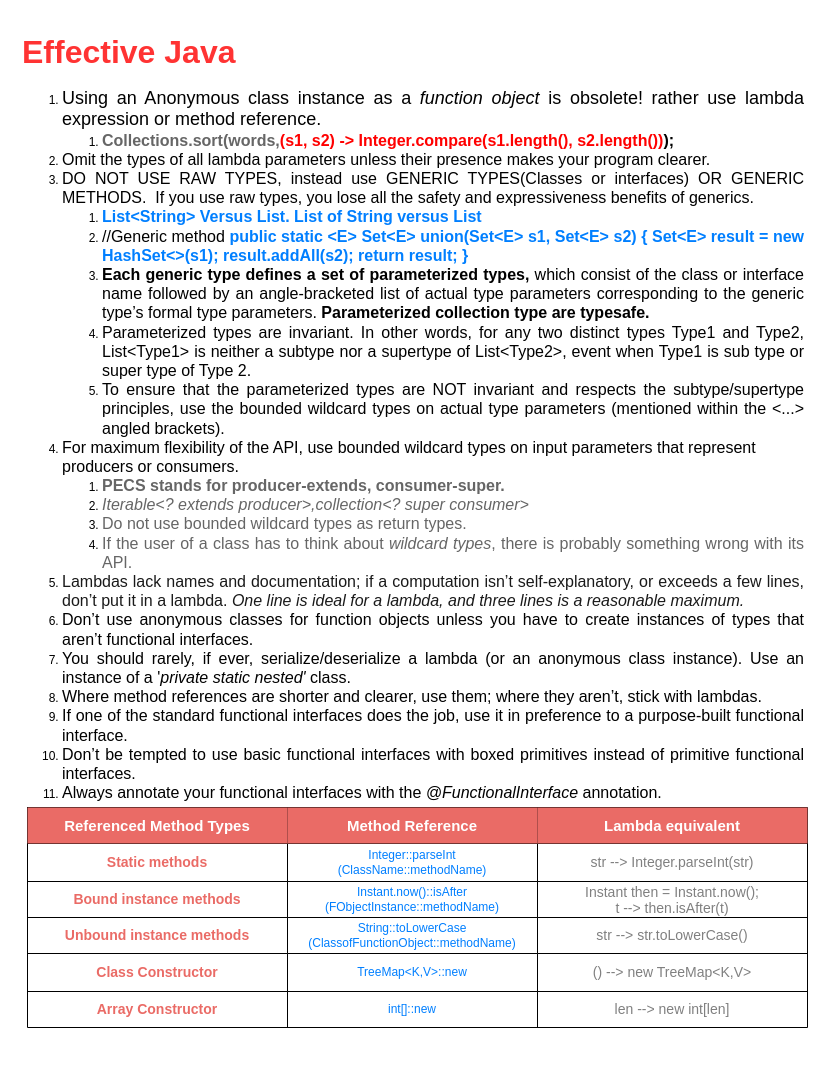
Above: page "Page-7" (6 of 6) of Java Collection Framework Data Structures.drawio in gaurjain/drawio (draw.io), before the change. Source tidied: cells renumbered, new cells numbered last; positions are measured from the earlier drawing's top-left corner, leaving out a move shared by most shapes. Both pictures are drawn from the tidied source at 100%, with x=0, y=0 at pixel (17, 27).
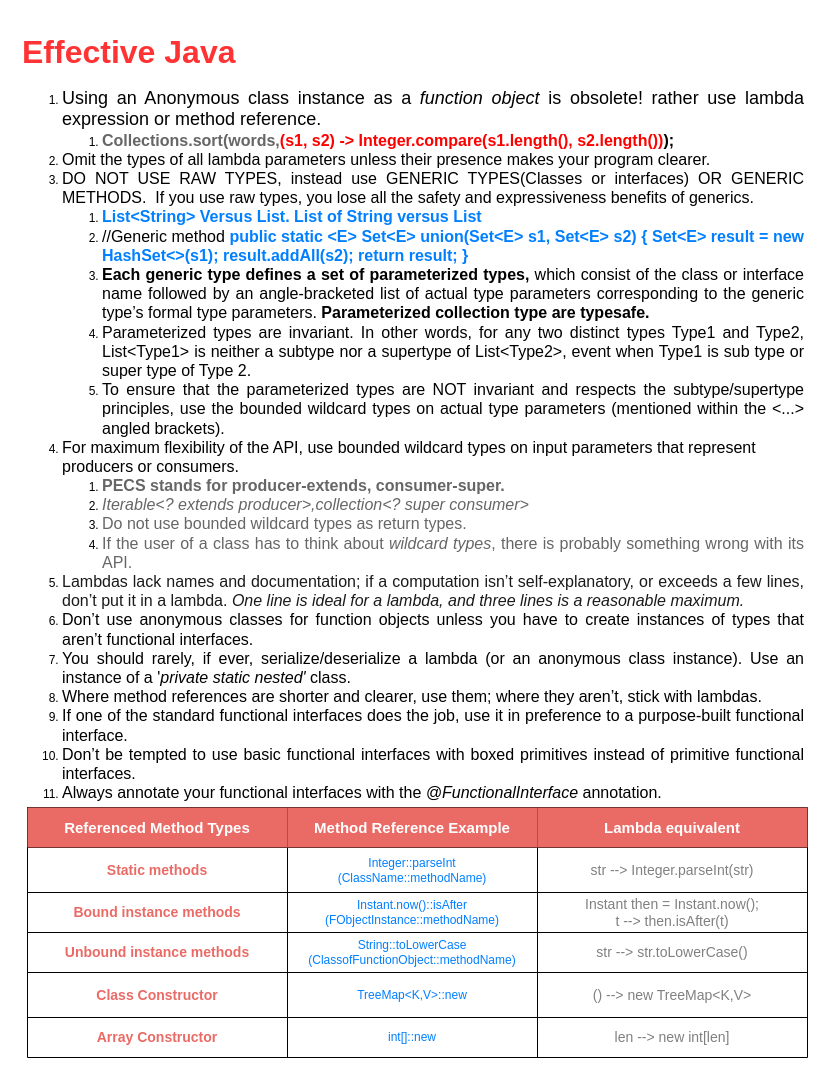
The same diagram, later.

The edit, as a diff of the source:
```diff
@@
     <mxCell id="2" value="&lt;h1 style=&quot;text-align: justify&quot;&gt;&lt;font color=&quot;#ff3333&quot; style=&quot;font-size: 32px&quot;&gt;Effective Java&lt;/font&gt;&lt;/h1&gt;&lt;p&gt;&lt;/p&gt;&lt;ol&gt;&lt;li style=&quot;text-align: justify&quot;&gt;&lt;font style=&quot;font-size: 18px&quot;&gt;Using an Anonymous class instance as a &lt;i&gt;function object&lt;/i&gt; is obsolete! rather use lambda expression or method reference.&lt;/font&gt;&lt;/li&gt;&lt;ol&gt;&lt;li style=&quot;text-align: justify&quot;&gt;&lt;font size=&quot;3&quot;&gt;&lt;b&gt;&lt;font color=&quot;#666666&quot;&gt;Collections.sort(words,&lt;/font&gt;&lt;font color=&quot;#ff0000&quot;&gt;(s1, s2) -&amp;gt; Integer.compare(s1.length(), s2.length())&lt;/font&gt;);&lt;/b&gt;&lt;/font&gt;&lt;/li&gt;&lt;/ol&gt;&lt;li style=&quot;text-align: justify&quot;&gt;&lt;font size=&quot;3&quot;&gt;Omit the types of all lambda parameters unless their presence makes your program clearer.&lt;br&gt;&lt;/font&gt;&lt;/li&gt;&lt;li style=&quot;text-align: justify&quot;&gt;&lt;font size=&quot;3&quot;&gt;&lt;font&gt;DO NOT USE RAW TYPES, instead use GENERIC TYPES(Classes or interfaces) OR GENERIC METHODS.&amp;nbsp;&lt;/font&gt;&amp;nbsp;If you use raw types, you lose all the &lt;span&gt;safety and expressiveness benefits of generics.&lt;/span&gt;&lt;/font&gt;&lt;/li&gt;&lt;ol&gt;&lt;li style=&quot;text-align: justify&quot;&gt;&lt;span&gt;&lt;font color=&quot;#007fff&quot; size=&quot;3&quot;&gt;&lt;b&gt;List&amp;lt;String&amp;gt; Versus List. List of String versus List&lt;/b&gt;&lt;/font&gt;&lt;/span&gt;&lt;/li&gt;&lt;li style=&quot;text-align: justify&quot;&gt;&lt;font size=&quot;3&quot;&gt;&lt;span&gt;&lt;font&gt;//Generic method&amp;nbsp;&lt;/font&gt;&lt;/span&gt;&lt;b&gt;&lt;font color=&quot;#007fff&quot;&gt;public static &amp;lt;E&amp;gt; Set&amp;lt;E&amp;gt; union(Set&amp;lt;E&amp;gt; s1, Set&amp;lt;E&amp;gt; s2) { Set&amp;lt;E&amp;gt; result = new HashSet&amp;lt;&amp;gt;(s1); result.addAll(s2); return result; }&lt;/font&gt;&lt;/b&gt;&lt;/font&gt;&lt;/li&gt;&lt;li style=&quot;text-align: justify&quot;&gt;&lt;font size=&quot;3&quot;&gt;&lt;b&gt;Each generic type defines a set of parameterized types,&lt;/b&gt;&lt;span&gt; which consist of the class or interface name followed by an angle-bracketed list of actual type parameters corresponding to the generic type’s formal type parameters.&amp;nbsp;&lt;/span&gt;&lt;b&gt;Parameterized collection type are typesafe.&lt;/b&gt;&lt;/font&gt;&lt;/li&gt;&lt;li style=&quot;text-align: justify&quot;&gt;&lt;font size=&quot;3&quot;&gt;Parameterized types are invariant. In other words, for any two distinct types Type1 and Type2, List&amp;lt;Type1&amp;gt; is neither a subtype nor a supertype of List&amp;lt;Type2&amp;gt;, event when Type1 is sub type or super type of Type 2.&amp;nbsp;&lt;/font&gt;&lt;/li&gt;&lt;li style=&quot;text-align: justify&quot;&gt;&lt;font size=&quot;3&quot;&gt;To ensure that the parameterized types are NOT invariant and respects the subtype/supertype principles, use the bounded wildcard types on actual type parameters (mentioned within the &amp;lt;...&amp;gt; angled brackets).&amp;nbsp;&lt;/font&gt;&lt;/li&gt;&lt;/ol&gt;&lt;li&gt;&lt;span style=&quot;text-align: justify&quot;&gt;&lt;font size=&quot;3&quot;&gt;For maximum flexibility of the API,&amp;nbsp;use bounded wildcard types on input parameters that represent producers or consumers.&amp;nbsp;&lt;/font&gt;&lt;/span&gt;&lt;/li&gt;&lt;ol&gt;&lt;li&gt;&lt;b style=&quot;text-align: justify&quot;&gt;&lt;font color=&quot;#666666&quot; size=&quot;3&quot;&gt;PECS stands for producer-extends, consumer-super.&amp;nbsp;&lt;/font&gt;&lt;/b&gt;&lt;/li&gt;&lt;li&gt;&lt;i style=&quot;text-align: justify&quot;&gt;&lt;font color=&quot;#666666&quot; size=&quot;3&quot;&gt;Iterable&amp;lt;? extends producer&amp;gt;,collection&amp;lt;? super consumer&amp;gt;&lt;/font&gt;&lt;/i&gt;&lt;/li&gt;&lt;li style=&quot;text-align: justify&quot;&gt;&lt;font color=&quot;#666666&quot; size=&quot;3&quot;&gt;Do not use bounded wildcard types as return types.&lt;/font&gt;&lt;/li&gt;&lt;li style=&quot;text-align: justify&quot;&gt;&lt;font size=&quot;3&quot;&gt;&lt;font color=&quot;#666666&quot;&gt;If the user of a class has to think about &lt;i&gt;wildcard types&lt;/i&gt;, there is probably something wrong with its API.&lt;/font&gt;&lt;br&gt;&lt;/font&gt;&lt;/li&gt;&lt;/ol&gt;&lt;li style=&quot;text-align: justify&quot;&gt;&lt;font size=&quot;3&quot;&gt;&lt;font color=&quot;#1a1a1a&quot;&gt;Lambdas lack names and documentation; if a computation isn’t self-explanatory, or exceeds a few lines, don’t put it in a lambda.&amp;nbsp;&lt;/font&gt;&lt;i&gt;&lt;font color=&quot;#1a1a1a&quot;&gt;One line is ideal for a lambda, and three lines is a reasonable maximum.&lt;/font&gt;&lt;br&gt;&lt;/i&gt;&lt;/font&gt;&lt;/li&gt;&lt;li style=&quot;text-align: justify&quot;&gt;&lt;font size=&quot;3&quot;&gt;Don’t use anonymous classes for function objects unless you have to create instances of types that aren’t functional interfaces.&amp;nbsp;&lt;br&gt;&lt;/font&gt;&lt;/li&gt;&lt;li style=&quot;text-align: justify&quot;&gt;&lt;font size=&quot;3&quot;&gt;You should rarely, if ever, serialize/deserialize a lambda (or an anonymous class instance). Use an instance of a '&lt;i&gt;private static nested'&lt;/i&gt; class.&lt;br&gt;&lt;/font&gt;&lt;/li&gt;&lt;li style=&quot;text-align: justify&quot;&gt;&lt;font size=&quot;3&quot;&gt;Where method references are shorter and clearer, use them; where they aren’t, stick with lambdas.&lt;br&gt;&lt;/font&gt;&lt;/li&gt;&lt;li style=&quot;text-align: justify&quot;&gt;&lt;font size=&quot;3&quot;&gt;If one of the standard functional interfaces does the job, use it in preference to a purpose-built functional interface.&lt;br&gt;&lt;/font&gt;&lt;/li&gt;&lt;li style=&quot;text-align: justify&quot;&gt;&lt;font size=&quot;3&quot;&gt;Don’t be tempted to use basic functional interfaces with boxed primitives instead of primitive functional interfaces.&lt;br&gt;&lt;/font&gt;&lt;/li&gt;&lt;li style=&quot;text-align: justify&quot;&gt;&lt;font size=&quot;3&quot;&gt;Always annotate your functional interfaces with the &lt;i&gt;@FunctionalInterface&lt;/i&gt; annotation.&lt;/font&gt;&lt;/li&gt;&lt;/ol&gt;&lt;p&gt;&lt;/p&gt;" style="text;html=1;strokeColor=none;fillColor=none;spacing=5;spacingTop=-20;whiteSpace=wrap;overflow=hidden;rounded=0;" parent="1" vertex="1">
-      <mxGeometry width="790" height="800" as="geometry" />
+      <mxGeometry width="790" height="810" as="geometry" />
     </mxCell>
     <mxCell id="3" style="shape=table;html=1;whiteSpace=wrap;startSize=0;childLayout=tableLayout;fontSize=8;" parent="1" vertex="1">
-      <mxGeometry x="10" y="780" width="780" height="220" as="geometry" />
+      <mxGeometry x="10" y="780" width="780" height="250" as="geometry" />
     </mxCell>
     <mxCell id="4" style="shape=partialRectangle;html=1;whiteSpace=wrap;fillColor=none;top=0;left=0;bottom=0;right=0;" parent="3" vertex="1">
-      <mxGeometry width="780" height="36" as="geometry" />
+      <mxGeometry width="780" height="40" as="geometry" />
     </mxCell>
     <mxCell id="5" value="Referenced Method Types" style="shape=partialRectangle;html=1;whiteSpace=wrap;overflow=hidden;top=0;left=0;bottom=0;right=0;fontSize=15;fontStyle=1;fontColor=#ffffff;strokeColor=none;fillColor=#EA6B66;" parent="4" vertex="1">
-      <mxGeometry width="260" height="36" as="geometry" />
+      <mxGeometry width="260" height="40" as="geometry" />
     </mxCell>
-    <mxCell id="6" value="Method Reference" style="shape=partialRectangle;html=1;whiteSpace=wrap;overflow=hidden;top=0;left=0;bottom=0;right=0;fontSize=15;fontStyle=1;fontColor=#ffffff;strokeColor=none;fillColor=#EA6B66;" parent="4" vertex="1">
-      <mxGeometry x="260" width="250" height="36" as="geometry" />
+    <mxCell id="6" value="Method Reference Example" style="shape=partialRectangle;html=1;whiteSpace=wrap;overflow=hidden;top=0;left=0;bottom=0;right=0;fontSize=15;fontStyle=1;fontColor=#ffffff;strokeColor=none;fillColor=#EA6B66;" parent="4" vertex="1">
+      <mxGeometry x="260" width="250" height="40" as="geometry" />
     </mxCell>
     <mxCell id="7" value="Lambda equivalent" style="shape=partialRectangle;html=1;whiteSpace=wrap;overflow=hidden;top=0;left=0;bottom=0;right=0;fontSize=15;fontStyle=1;fontColor=#ffffff;strokeColor=none;fillColor=#EA6B66;" parent="4" vertex="1">
-      <mxGeometry x="510" width="270" height="36" as="geometry" />
+      <mxGeometry x="510" width="270" height="40" as="geometry" />
     </mxCell>
     <mxCell id="8" style="shape=partialRectangle;html=1;whiteSpace=wrap;fillColor=none;top=0;left=0;bottom=0;right=0;" parent="3" vertex="1">
-      <mxGeometry y="36" width="780" height="38" as="geometry" />
+      <mxGeometry y="40" width="780" height="45" as="geometry" />
     </mxCell>
     <mxCell id="9" value="Static methods" style="shape=partialRectangle;html=1;whiteSpace=wrap;overflow=hidden;fillColor=none;top=0;left=0;bottom=0;right=0;fontSize=14;fontColor=#EA6B66;fontStyle=1;" parent="8" vertex="1">
-      <mxGeometry width="260" height="38" as="geometry" />
+      <mxGeometry width="260" height="45" as="geometry" />
     </mxCell>
     <mxCell id="10" value="Integer::parseInt &lt;br&gt;(ClassName::methodName)" style="shape=partialRectangle;html=1;whiteSpace=wrap;overflow=hidden;fillColor=none;top=0;left=0;bottom=0;right=0;fontColor=#007FFF;fontSize=12;" parent="8" vertex="1">
-      <mxGeometry x="260" width="250" height="38" as="geometry" />
+      <mxGeometry x="260" width="250" height="45" as="geometry" />
     </mxCell>
     <mxCell id="11" value="str --&amp;gt; Integer.parseInt(str)" style="shape=partialRectangle;html=1;whiteSpace=wrap;overflow=hidden;fillColor=none;top=0;left=0;bottom=0;right=0;fontColor=#808080;fontSize=14;" parent="8" vertex="1">
-      <mxGeometry x="510" width="270" height="38" as="geometry" />
+      <mxGeometry x="510" width="270" height="45" as="geometry" />
     </mxCell>
     <mxCell id="12" style="shape=partialRectangle;html=1;whiteSpace=wrap;fillColor=none;top=0;left=0;bottom=0;right=0;" parent="3" vertex="1">
-      <mxGeometry y="74" width="780" height="36" as="geometry" />
+      <mxGeometry y="85" width="780" height="40" as="geometry" />
     </mxCell>
     <mxCell id="13" value="Bound instance methods" style="shape=partialRectangle;html=1;whiteSpace=wrap;overflow=hidden;fillColor=none;top=0;left=0;bottom=0;right=0;fontSize=14;fontColor=#EA6B66;fontStyle=1;" parent="12" vertex="1">
-      <mxGeometry width="260" height="36" as="geometry" />
+      <mxGeometry width="260" height="40" as="geometry" />
     </mxCell>
     <mxCell id="14" value="Instant.now()::isAfter&lt;br&gt;(FObjectInstance::methodName)" style="shape=partialRectangle;html=1;whiteSpace=wrap;overflow=hidden;fillColor=none;top=0;left=0;bottom=0;right=0;fontColor=#007FFF;fontSize=12;" parent="12" vertex="1">
-      <mxGeometry x="260" width="250" height="36" as="geometry" />
+      <mxGeometry x="260" width="250" height="40" as="geometry" />
     </mxCell>
     <mxCell id="15" value="Instant then = Instant.now();&lt;br style=&quot;font-size: 14px;&quot;&gt;t --&amp;gt; then.isAfter(t)" style="shape=partialRectangle;html=1;whiteSpace=wrap;overflow=hidden;fillColor=none;top=0;left=0;bottom=0;right=0;fontColor=#808080;fontSize=14;" parent="12" vertex="1">
-      <mxGeometry x="510" width="270" height="36" as="geometry" />
+      <mxGeometry x="510" width="270" height="40" as="geometry" />
     </mxCell>
     <mxCell id="16" style="shape=partialRectangle;html=1;whiteSpace=wrap;fillColor=none;top=0;left=0;bottom=0;right=0;" parent="3" vertex="1">
-      <mxGeometry y="110" width="780" height="36" as="geometry" />
+      <mxGeometry y="125" width="780" height="40" as="geometry" />
     </mxCell>
     <mxCell id="17" value="Unbound instance methods" style="shape=partialRectangle;html=1;whiteSpace=wrap;overflow=hidden;fillColor=none;top=0;left=0;bottom=0;right=0;fontSize=14;fontColor=#EA6B66;fontStyle=1;" parent="16" vertex="1">
-      <mxGeometry width="260" height="36" as="geometry" />
+      <mxGeometry width="260" height="40" as="geometry" />
     </mxCell>
     <mxCell id="18" value="String::toLowerCase&lt;br&gt;(ClassofFunctionObject::methodName)" style="shape=partialRectangle;html=1;whiteSpace=wrap;overflow=hidden;fillColor=none;top=0;left=0;bottom=0;right=0;fontColor=#007FFF;fontSize=12;" parent="16" vertex="1">
-      <mxGeometry x="260" width="250" height="36" as="geometry" />
+      <mxGeometry x="260" width="250" height="40" as="geometry" />
     </mxCell>
     <mxCell id="19" value="str --&amp;gt; str.toLowerCase()" style="shape=partialRectangle;html=1;whiteSpace=wrap;overflow=hidden;fillColor=none;top=0;left=0;bottom=0;right=0;fontColor=#808080;fontSize=14;" parent="16" vertex="1">
-      <mxGeometry x="510" width="270" height="36" as="geometry" />
+      <mxGeometry x="510" width="270" height="40" as="geometry" />
     </mxCell>
     <mxCell id="20" style="shape=partialRectangle;html=1;whiteSpace=wrap;fillColor=none;top=0;left=0;bottom=0;right=0;" parent="3" vertex="1">
-      <mxGeometry y="146" width="780" height="38" as="geometry" />
+      <mxGeometry y="165" width="780" height="45" as="geometry" />
     </mxCell>
     <mxCell id="21" value="Class Constructor" style="shape=partialRectangle;html=1;whiteSpace=wrap;overflow=hidden;fillColor=none;top=0;left=0;bottom=0;right=0;fontSize=14;fontColor=#EA6B66;fontStyle=1;" parent="20" vertex="1">
-      <mxGeometry width="260" height="38" as="geometry" />
+      <mxGeometry width="260" height="45" as="geometry" />
     </mxCell>
     <mxCell id="22" value="TreeMap&amp;lt;K,V&amp;gt;::new" style="shape=partialRectangle;html=1;whiteSpace=wrap;overflow=hidden;fillColor=none;top=0;left=0;bottom=0;right=0;fontColor=#007FFF;fontSize=12;" parent="20" vertex="1">
-      <mxGeometry x="260" width="250" height="38" as="geometry" />
+      <mxGeometry x="260" width="250" height="45" as="geometry" />
     </mxCell>
     <mxCell id="23" value="() --&amp;gt; new TreeMap&amp;lt;K,V&amp;gt;" style="shape=partialRectangle;html=1;whiteSpace=wrap;overflow=hidden;fillColor=none;top=0;left=0;bottom=0;right=0;fontColor=#808080;fontSize=14;" parent="20" vertex="1">
-      <mxGeometry x="510" width="270" height="38" as="geometry" />
+      <mxGeometry x="510" width="270" height="45" as="geometry" />
     </mxCell>
     <mxCell id="24" style="shape=partialRectangle;html=1;whiteSpace=wrap;fillColor=none;top=0;left=0;bottom=0;right=0;" parent="3" vertex="1">
-      <mxGeometry y="184" width="780" height="36" as="geometry" />
+      <mxGeometry y="210" width="780" height="40" as="geometry" />
     </mxCell>
     <mxCell id="25" value="Array Constructor" style="shape=partialRectangle;html=1;whiteSpace=wrap;overflow=hidden;fillColor=none;top=0;left=0;bottom=0;right=0;fontSize=14;fontColor=#EA6B66;fontStyle=1;" parent="24" vertex="1">
-      <mxGeometry width="260" height="36" as="geometry" />
+      <mxGeometry width="260" height="40" as="geometry" />
     </mxCell>
     <mxCell id="26" value="int[]::new" style="shape=partialRectangle;html=1;whiteSpace=wrap;overflow=hidden;fillColor=none;top=0;left=0;bottom=0;right=0;fontColor=#007FFF;fontSize=12;" parent="24" vertex="1">
-      <mxGeometry x="260" width="250" height="36" as="geometry" />
+      <mxGeometry x="260" width="250" height="40" as="geometry" />
     </mxCell>
     <mxCell id="27" value="len --&amp;gt; new int[len]" style="shape=partialRectangle;html=1;whiteSpace=wrap;overflow=hidden;fillColor=none;top=0;left=0;bottom=0;right=0;fontColor=#808080;fontSize=14;" parent="24" vertex="1">
-      <mxGeometry x="510" width="270" height="36" as="geometry" />
+      <mxGeometry x="510" width="270" height="40" as="geometry" />
     </mxCell>
```
